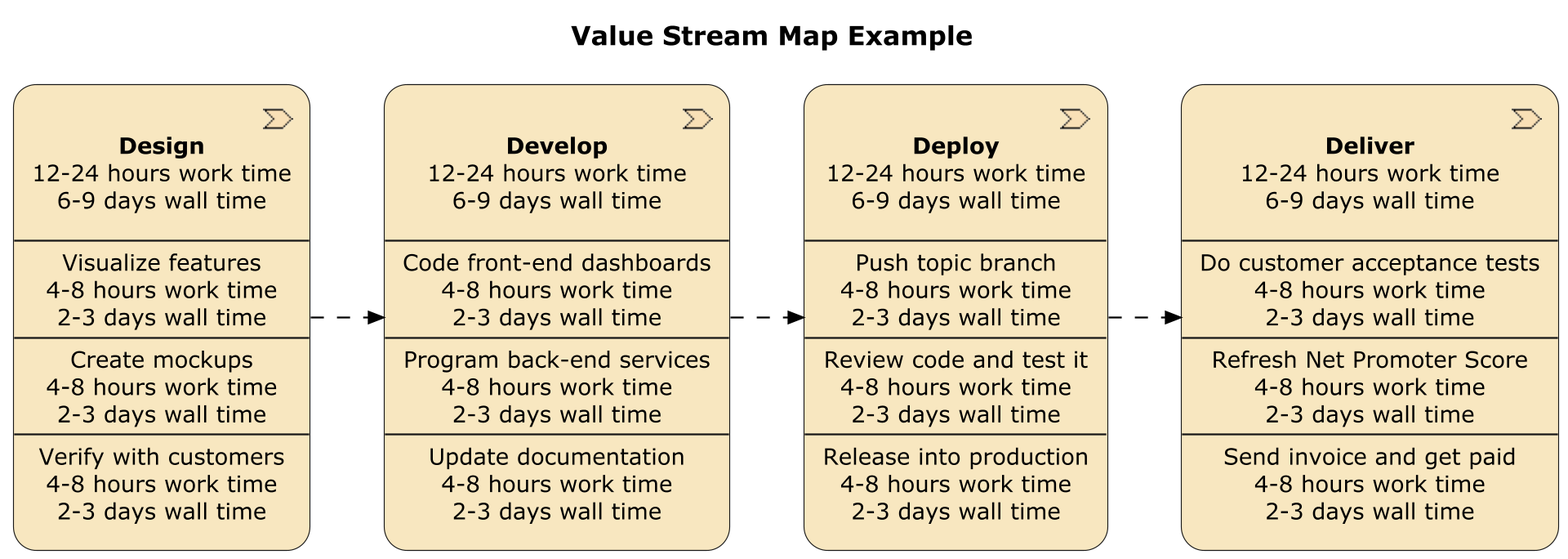
This is doc/examples/value-stream-map.png from SixArm/archimate-examples, a PlantUML export, as it was before one commit. Source of this version:
```plantuml
@startuml
scale 1920*1080
!include archimate.puml

title Value Stream Map Example

Strategy_ValueStream(design, "**Design**\n12-24 hours work time\n6-9 days wall time\n\n--\nVisualize features\n4-8 hours work time\n2-3 days wall time\n--\nCreate mockups\n4-8 hours work time\n2-3 days wall time\n--\nVerify with customers\n4-8 hours work time\n2-3 days wall time")
Strategy_ValueStream(develop, "**Develop**\n12-24 hours work time\n6-9 days wall time\n\n--\nCode front-end dashboards\n4-8 hours work time\n2-3 days wall time\n--\nProgram back-end services\n4-8 hours work time\n2-3 days wall time\n--\nUpdate documentation\n4-8 hours work time\n2-3 days wall time")
Strategy_ValueStream(deploy, "**Deploy**\n12-24 hours work time\n6-9 days wall time\n\n--\nPush topic branch\n4-8 hours work time\n2-3 days wall time\n--\nReview code and test it\n4-8 hours work time\n2-3 days wall time\n--\nRelease into production\n4-8 hours work time\n2-3 days wall time")
Strategy_ValueStream(deliver, "**Deliver**\n12-24 hours work time\n6-9 days wall time\n\n--\nDo customer acceptance tests\n4-8 hours work time\n2-3 days wall time\n--\nRefresh Net Promoter Score\n4-8 hours work time\n2-3 days wall time\n--\nSend invoice and get paid \n4-8 hours work time\n2-3 days wall time")

Rel_Flow_Right(design, develop)
Rel_Flow_Right(develop, deploy)
Rel_Flow_Right(deploy, deliver)

@enduml
```
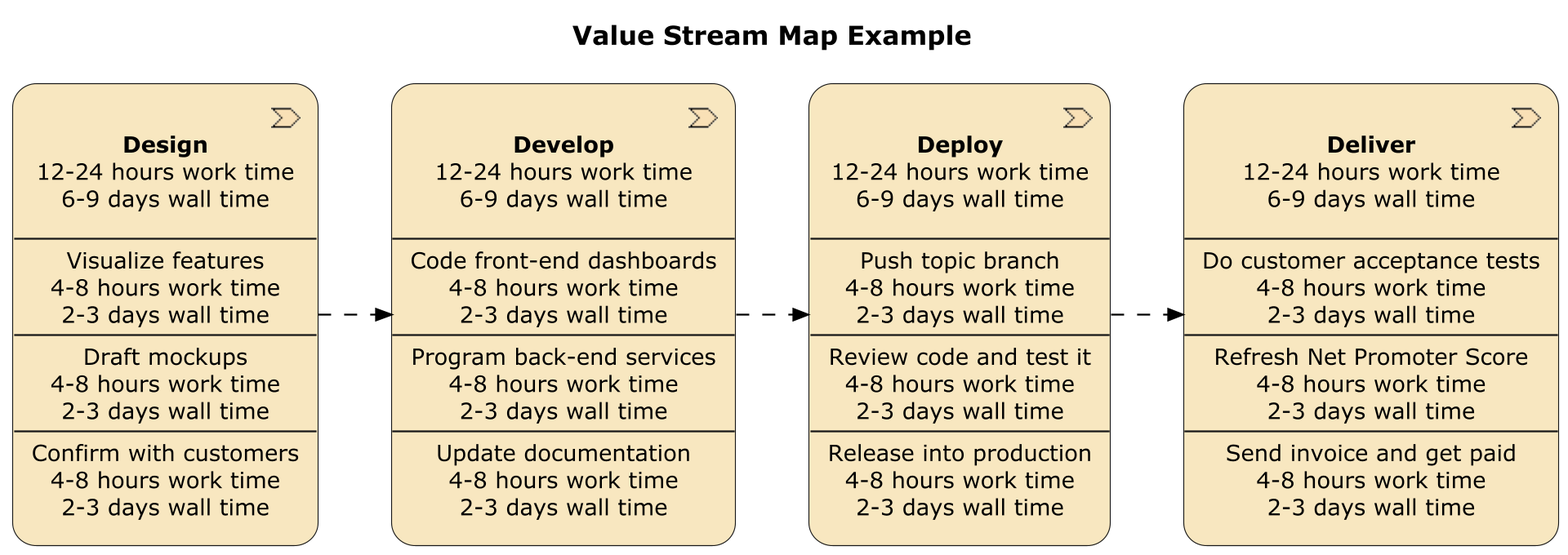
After the commit.

Commit message:
Add value stream map details

The edit, as a diff of the source:
```diff
@@ -4,7 +4,7 @@
 
 title Value Stream Map Example
 
-Strategy_ValueStream(design, "**Design**\n12-24 hours work time\n6-9 days wall time\n\n--\nVisualize features\n4-8 hours work time\n2-3 days wall time\n--\nCreate mockups\n4-8 hours work time\n2-3 days wall time\n--\nVerify with customers\n4-8 hours work time\n2-3 days wall time")
+Strategy_ValueStream(design, "**Design**\n12-24 hours work time\n6-9 days wall time\n\n--\nVisualize features\n4-8 hours work time\n2-3 days wall time\n--\nDraft mockups\n4-8 hours work time\n2-3 days wall time\n--\nConfirm with customers\n4-8 hours work time\n2-3 days wall time")
 Strategy_ValueStream(develop, "**Develop**\n12-24 hours work time\n6-9 days wall time\n\n--\nCode front-end dashboards\n4-8 hours work time\n2-3 days wall time\n--\nProgram back-end services\n4-8 hours work time\n2-3 days wall time\n--\nUpdate documentation\n4-8 hours work time\n2-3 days wall time")
 Strategy_ValueStream(deploy, "**Deploy**\n12-24 hours work time\n6-9 days wall time\n\n--\nPush topic branch\n4-8 hours work time\n2-3 days wall time\n--\nReview code and test it\n4-8 hours work time\n2-3 days wall time\n--\nRelease into production\n4-8 hours work time\n2-3 days wall time")
 Strategy_ValueStream(deliver, "**Deliver**\n12-24 hours work time\n6-9 days wall time\n\n--\nDo customer acceptance tests\n4-8 hours work time\n2-3 days wall time\n--\nRefresh Net Promoter Score\n4-8 hours work time\n2-3 days wall time\n--\nSend invoice and get paid \n4-8 hours work time\n2-3 days wall time")
```
